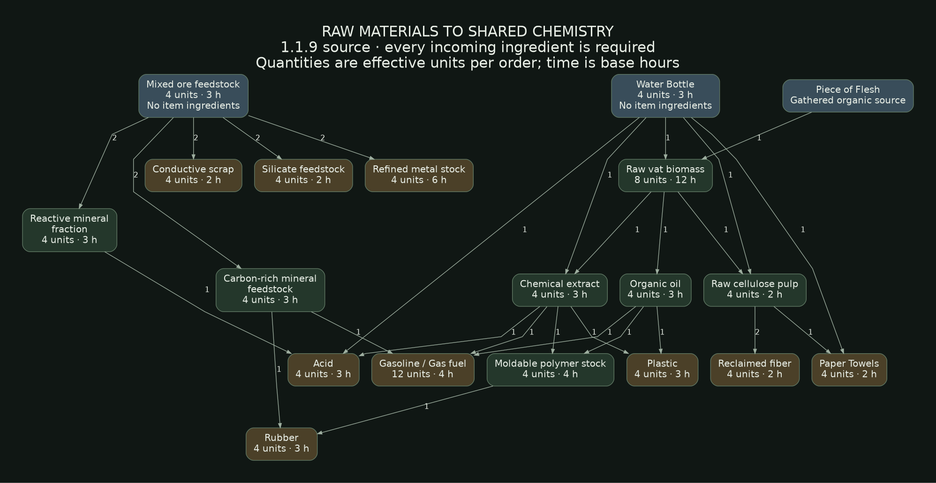
Earlier version of the Graphviz export docs/crafting/raw-material-overview.png (mrcalzon02/ImperiumOfMan). Its source is kept beside it as docs/crafting/raw-material-overview.dot.
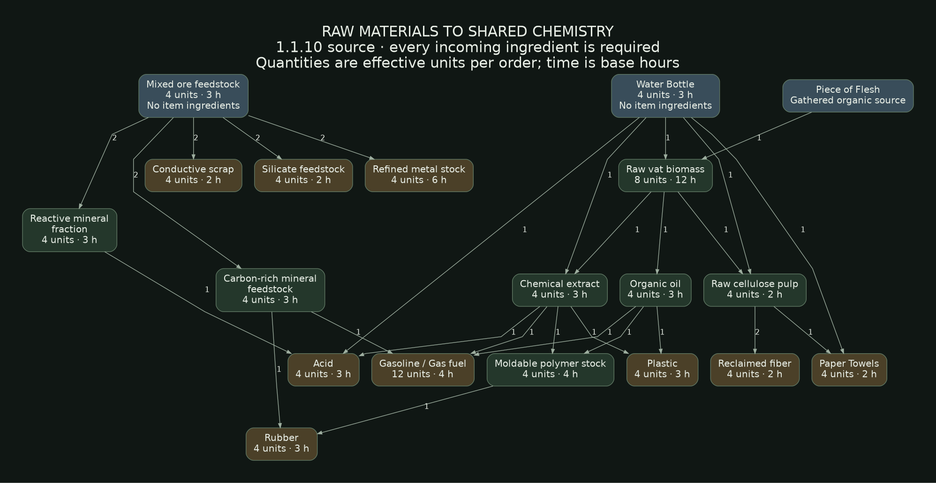
Later version of the same file.

The edit, as a diff of the source:
```diff
@@ -1,7 +1,7 @@
 digraph Chemistry {
 graph [rankdir=TB,bgcolor="#101714",pad="0.5",nodesep="0.28",ranksep="0.75",splines=polyline,
 fontname="DejaVu Sans",fontcolor="#e8eee6",fontsize=23,labelloc=t,
-label="RAW MATERIALS TO SHARED CHEMISTRY\n1.1.9 source · every incoming ingredient is required\nQuantities are effective units per order; time is base hours"];
+label="RAW MATERIALS TO SHARED CHEMISTRY\n1.1.10 source · every incoming ingredient is required\nQuantities are effective units per order; time is base hours"];
 node [shape=box,style="rounded,filled",fillcolor="#24372b",color="#627b66",
 fontname="DejaVu Sans",fontcolor="#e8eee6",fontsize=15,margin="0.16,0.12"];
 edge [color="#9eafa0",fontname="DejaVu Sans",fontcolor="#e8eee6",fontsize=12,arrowsize=.7];
```
